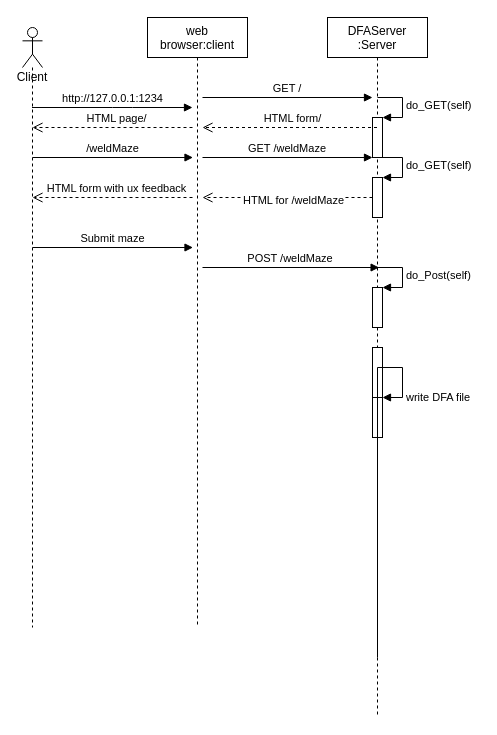
Before: Project 2-potential_weld_lines/Diagrams/UML.drawio in hansrohjell/tmm4275-KBEproject, a draw.io diagram. Source tidied: cells renumbered, new cells numbered last; positions are measured from the earlier drawing's top-left corner, leaving out a move shared by most shapes. Both pictures are drawn from the tidied source at 100%, with x=0, y=0 at pixel (22, 17).
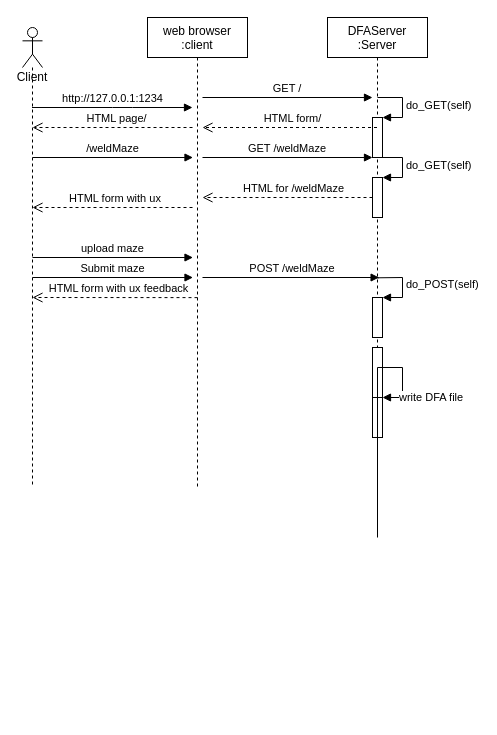
After the change.

The change refers to these unchanged cells:
```xml
<mxCell id="6" style="html=1;points=[];perimeter=orthogonalPerimeter;" parent="3" vertex="1">
  <mxGeometry x="45" y="160" width="10" height="40" as="geometry" />
</mxCell>
<mxCell id="11" style="html=1;points=[];perimeter=orthogonalPerimeter;" parent="3" vertex="1">
  <mxGeometry x="45" y="380" width="10" height="40" as="geometry" />
</mxCell>
```

Diff of the diagram source:
```diff
@@
-    <mxCell id="2" value="web&#10;browser:client" style="shape=umlLifeline;perimeter=lifelinePerimeter;rounded=0;shadow=0;strokeWidth=1;" parent="1" vertex="1">
-      <mxGeometry x="125" width="100" height="610" as="geometry" />
+    <mxCell id="2" value="web browser&#10;:client" style="shape=umlLifeline;perimeter=lifelinePerimeter;rounded=0;shadow=0;strokeWidth=1;" parent="1" vertex="1">
+      <mxGeometry x="125" width="100" height="470" as="geometry" />
     </mxCell>
     <mxCell id="3" value="DFAServer&#10;:Server" style="shape=umlLifeline;perimeter=lifelinePerimeter;rounded=0;shadow=0;strokeWidth=1;" parent="1" vertex="1">
-      <mxGeometry x="305" width="100" height="700" as="geometry" />
+      <mxGeometry x="305" width="100" height="510" as="geometry" />
     </mxCell>
@@
     <mxCell id="8" style="html=1;points=[];perimeter=orthogonalPerimeter;" parent="3" vertex="1">
-      <mxGeometry x="45" y="270" width="10" height="40" as="geometry" />
+      <mxGeometry x="45" y="280" width="10" height="40" as="geometry" />
     </mxCell>
-    <mxCell id="9" value="do_Post(self)" style="edgeStyle=orthogonalEdgeStyle;html=1;align=left;spacingLeft=2;endArrow=block;rounded=0;entryX=1;entryY=0;" parent="3" edge="1" target="8">
+    <mxCell id="9" value="do_POST(self)" style="edgeStyle=orthogonalEdgeStyle;html=1;align=left;spacingLeft=2;endArrow=block;rounded=0;entryX=1;entryY=0;exitX=0.513;exitY=0.53;exitDx=0;exitDy=0;exitPerimeter=0;" parent="3" edge="1" target="8">
       <mxGeometry relative="1" as="geometry">
-        <mxPoint x="50" y="250" as="sourcePoint" />
+        <mxPoint x="51.3" y="260.3" as="sourcePoint" />
         <Array as="points">
-          <mxPoint x="75" y="250" />
+          <mxPoint x="50" y="260" />
+          <mxPoint x="75" y="260" />
+          <mxPoint x="75" y="280" />
         </Array>
       </mxGeometry>
     </mxCell>
@@
     <mxCell id="12" value="write DFA file" style="edgeStyle=orthogonalEdgeStyle;html=1;align=left;spacingLeft=2;endArrow=block;rounded=0;entryX=1;entryY=0;" parent="3" edge="1" target="11">
       <mxGeometry x="0.89" relative="1" as="geometry">
-        <mxPoint x="50" y="640" as="sourcePoint" />
+        <mxPoint x="50" y="520" as="sourcePoint" />
         <Array as="points">
           <mxPoint x="50" y="350" />
           <mxPoint x="75" y="350" />
           <mxPoint x="75" y="380" />
         </Array>
       </mxGeometry>
     </mxCell>
     <mxCell id="13" style="verticalAlign=bottom;endArrow=open;dashed=1;endSize=8;shadow=0;strokeWidth=1;" parent="1" edge="1" source="3">
       <mxGeometry x="-0.06" y="-102" relative="1" as="geometry">
         <mxPoint x="180" y="110" as="targetPoint" />
         <Array as="points">
+          <mxPoint x="320" y="110" />
           <mxPoint x="270" y="110" />
         </Array>
       </mxGeometry>
     </mxCell>
@@
     <mxCell id="16" style="verticalAlign=bottom;endArrow=open;dashed=1;endSize=8;exitX=0;exitY=0.5;shadow=0;strokeWidth=1;exitDx=0;exitDy=0;exitPerimeter=0;" parent="1" edge="1" source="6">
       <mxGeometry relative="1" as="geometry">
         <mxPoint x="180" y="180" as="targetPoint" />
+        <Array as="points">
+          <mxPoint x="230" y="180" />
+        </Array>
       </mxGeometry>
     </mxCell>
     <mxCell id="17" value="HTML for /weldMaze" style="edgeLabel;html=1;align=center;verticalAlign=middle;" parent="16" vertex="1">
-      <mxGeometry x="-0.06" y="2" relative="1" as="geometry" />
+      <mxGeometry x="-0.06" y="2" relative="1" as="geometry">
+        <mxPoint y="-12" as="offset" />
+      </mxGeometry>
     </mxCell>
     <mxCell id="18" value="Client" style="shape=umlLifeline;participant=umlActor;perimeter=lifelinePerimeter;whiteSpace=wrap;html=1;verticalAlign=top;spacingTop=36;outlineConnect=0;" parent="1" vertex="1">
-      <mxGeometry y="10" width="20" height="600" as="geometry" />
+      <mxGeometry y="10" width="20" height="460" as="geometry" />
     </mxCell>
@@
     <mxCell id="24" style="verticalAlign=bottom;endArrow=open;dashed=1;endSize=8;shadow=0;strokeWidth=1;" parent="1" edge="1">
       <mxGeometry x="-0.06" y="-102" relative="1" as="geometry">
-        <mxPoint x="170" y="180" as="sourcePoint" />
-        <mxPoint x="10" y="180" as="targetPoint" />
+        <mxPoint x="170" y="190" as="sourcePoint" />
+        <mxPoint x="10" y="190" as="targetPoint" />
       </mxGeometry>
     </mxCell>
-    <mxCell id="25" value="HTML form with ux feedback" style="edgeLabel;html=1;align=center;verticalAlign=middle;" parent="24" vertex="1">
+    <mxCell id="25" value="HTML form with ux&amp;nbsp;" style="edgeLabel;html=1;align=center;verticalAlign=middle;" parent="24" vertex="1">
       <mxGeometry x="0.1" y="2" relative="1" as="geometry">
         <mxPoint x="11.2" y="-12" as="offset" />
       </mxGeometry>
     </mxCell>
     <mxCell id="26" value="Submit maze" style="html=1;verticalAlign=bottom;endArrow=block;" parent="1" edge="1">
       <mxGeometry relative="1" as="geometry">
-        <mxPoint x="10" y="230" as="sourcePoint" />
-        <mxPoint x="170.5" y="230" as="targetPoint" />
+        <mxPoint x="10" y="260" as="sourcePoint" />
+        <mxPoint x="170.5" y="260" as="targetPoint" />
         <Array as="points">
-          <mxPoint x="100.5" y="230" />
+          <mxPoint x="100.5" y="260" />
         </Array>
       </mxGeometry>
     </mxCell>
     <mxCell id="27" value="POST /weldMaze" style="verticalAlign=bottom;endArrow=block;entryX=0;entryY=0;shadow=0;strokeWidth=1;" parent="1" edge="1">
-      <mxGeometry relative="1" as="geometry">
-        <mxPoint x="180" y="250" as="sourcePoint" />
-        <mxPoint x="356.6" y="250" as="targetPoint" />
+      <mxGeometry x="0.02" relative="1" as="geometry">
+        <mxPoint x="180" y="260" as="sourcePoint" />
+        <mxPoint x="356.6" y="260" as="targetPoint" />
       </mxGeometry>
     </mxCell>
+    <mxCell id="28" value="upload maze" style="html=1;verticalAlign=bottom;endArrow=block;" parent="1" edge="1">
+      <mxGeometry relative="1" as="geometry">
+        <mxPoint x="10" y="240" as="sourcePoint" />
+        <mxPoint x="170.5" y="240" as="targetPoint" />
+        <Array as="points">
+          <mxPoint x="100.5" y="240" />
+        </Array>
+      </mxGeometry>
+    </mxCell>
+    <mxCell id="29" style="verticalAlign=bottom;endArrow=open;dashed=1;endSize=8;shadow=0;strokeWidth=1;exitX=0.5;exitY=0.596;exitDx=0;exitDy=0;exitPerimeter=0;" parent="1" edge="1" source="2">
+      <mxGeometry x="-0.06" y="-102" relative="1" as="geometry">
+        <mxPoint x="10" y="280" as="targetPoint" />
+      </mxGeometry>
+    </mxCell>
+    <mxCell id="30" value="HTML form with ux feedback" style="edgeLabel;html=1;align=center;verticalAlign=middle;" parent="29" vertex="1">
+      <mxGeometry x="0.1" y="2" relative="1" as="geometry">
+        <mxPoint x="11.2" y="-12" as="offset" />
+      </mxGeometry>
+    </mxCell>
```
